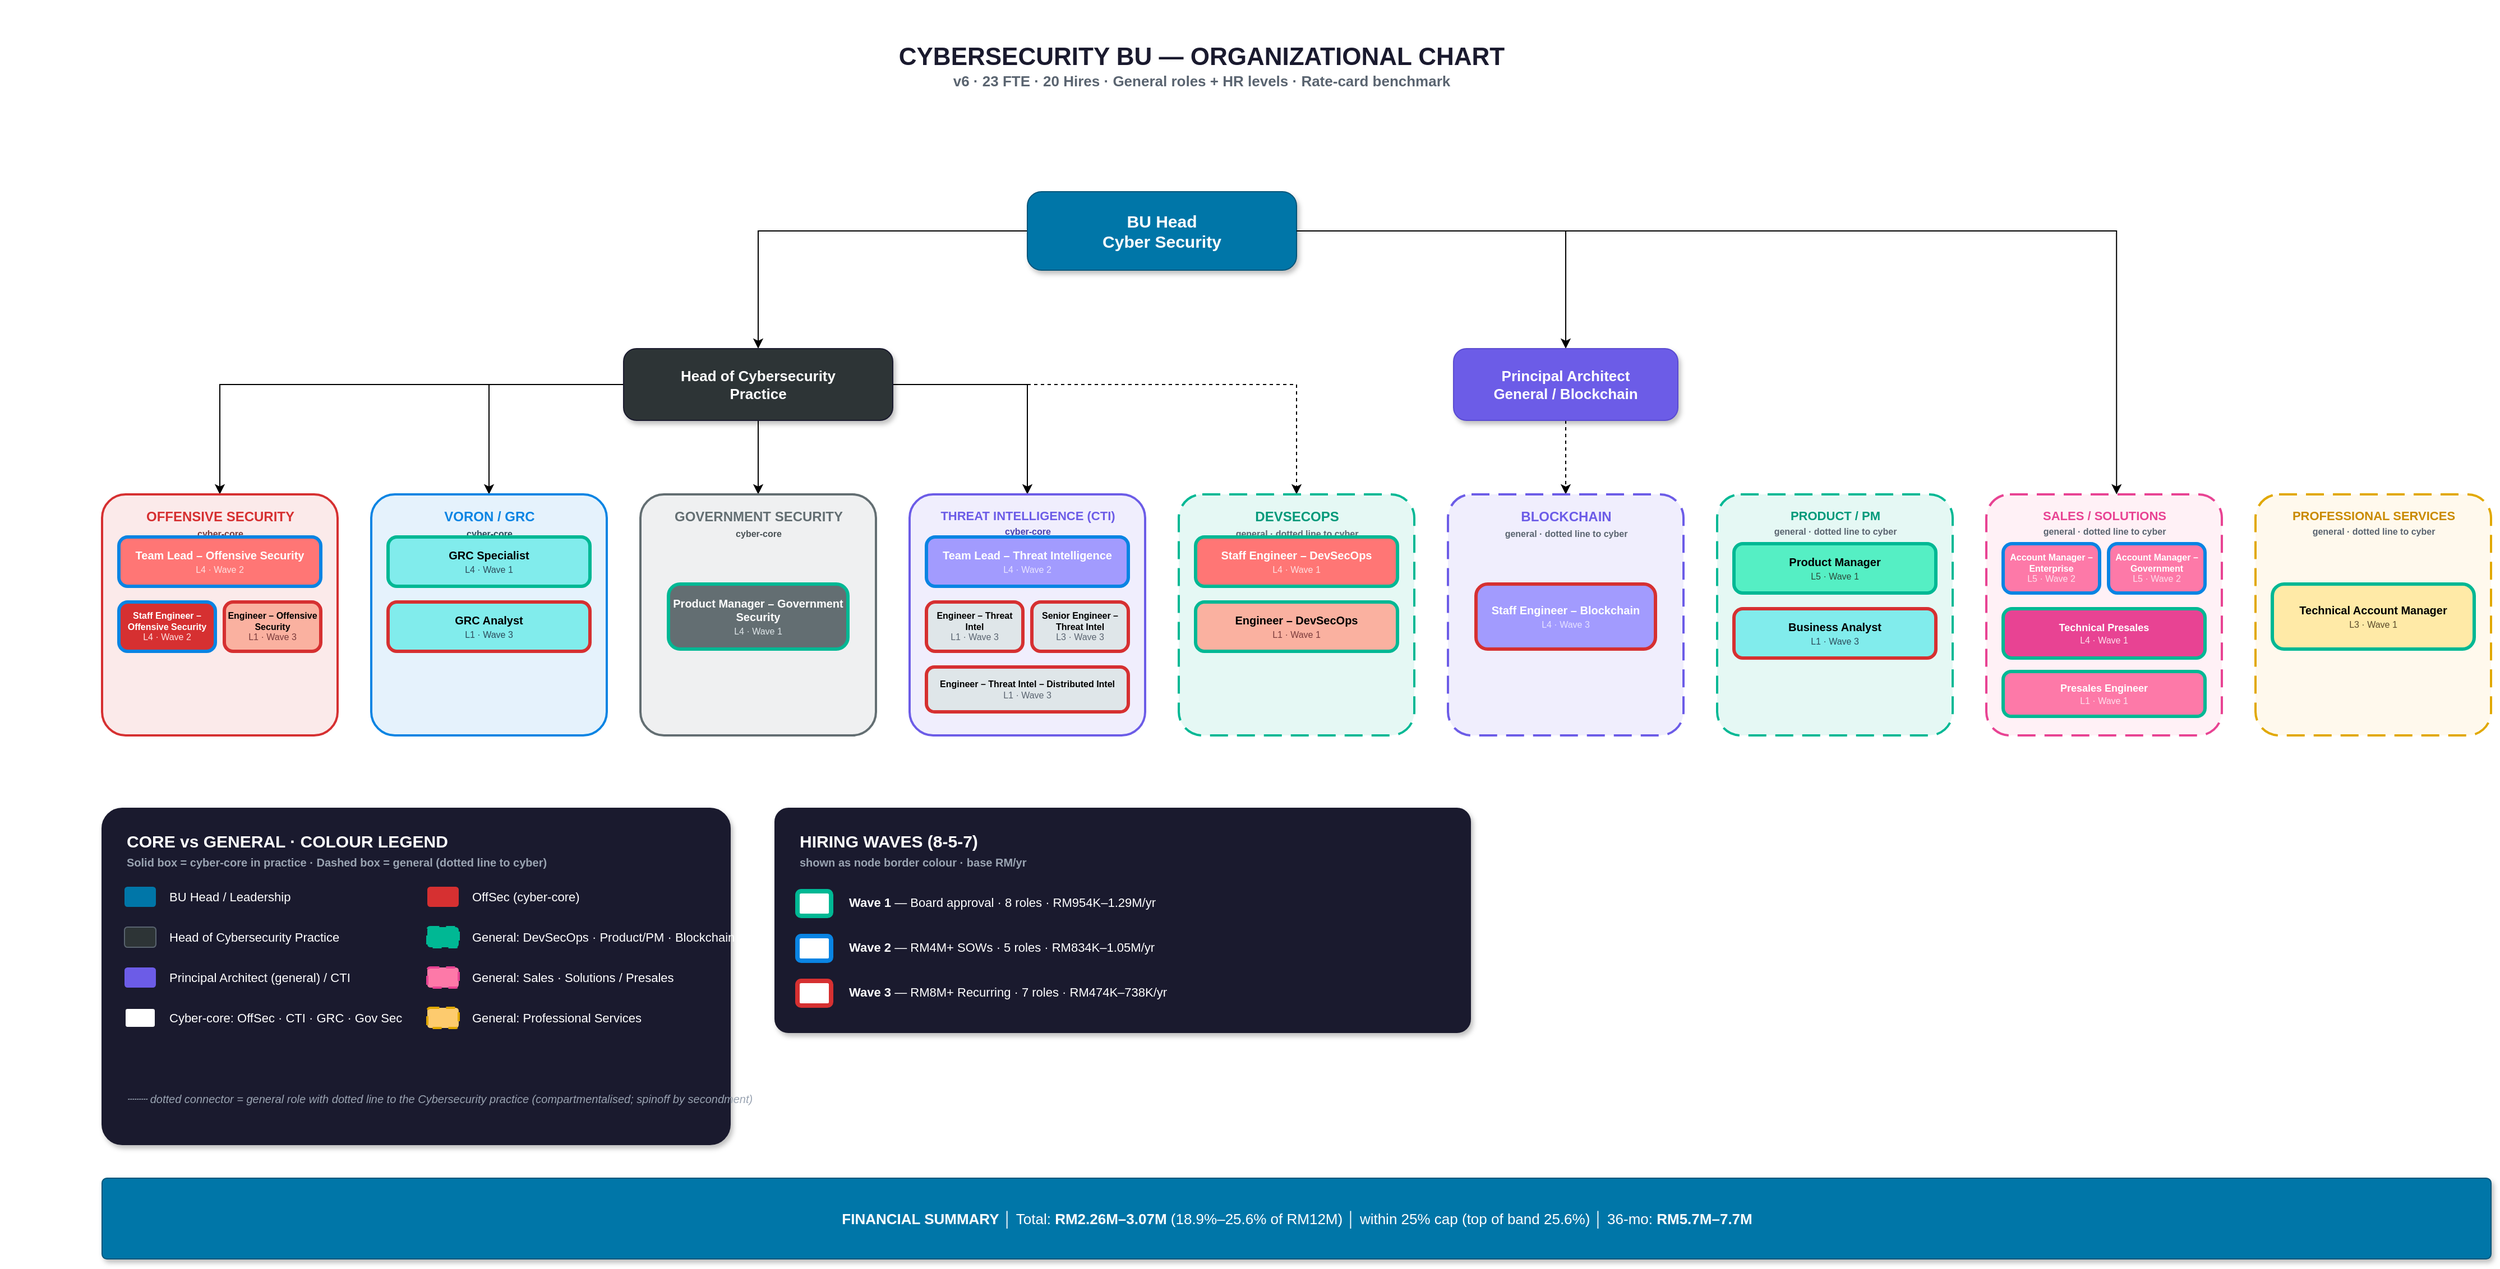
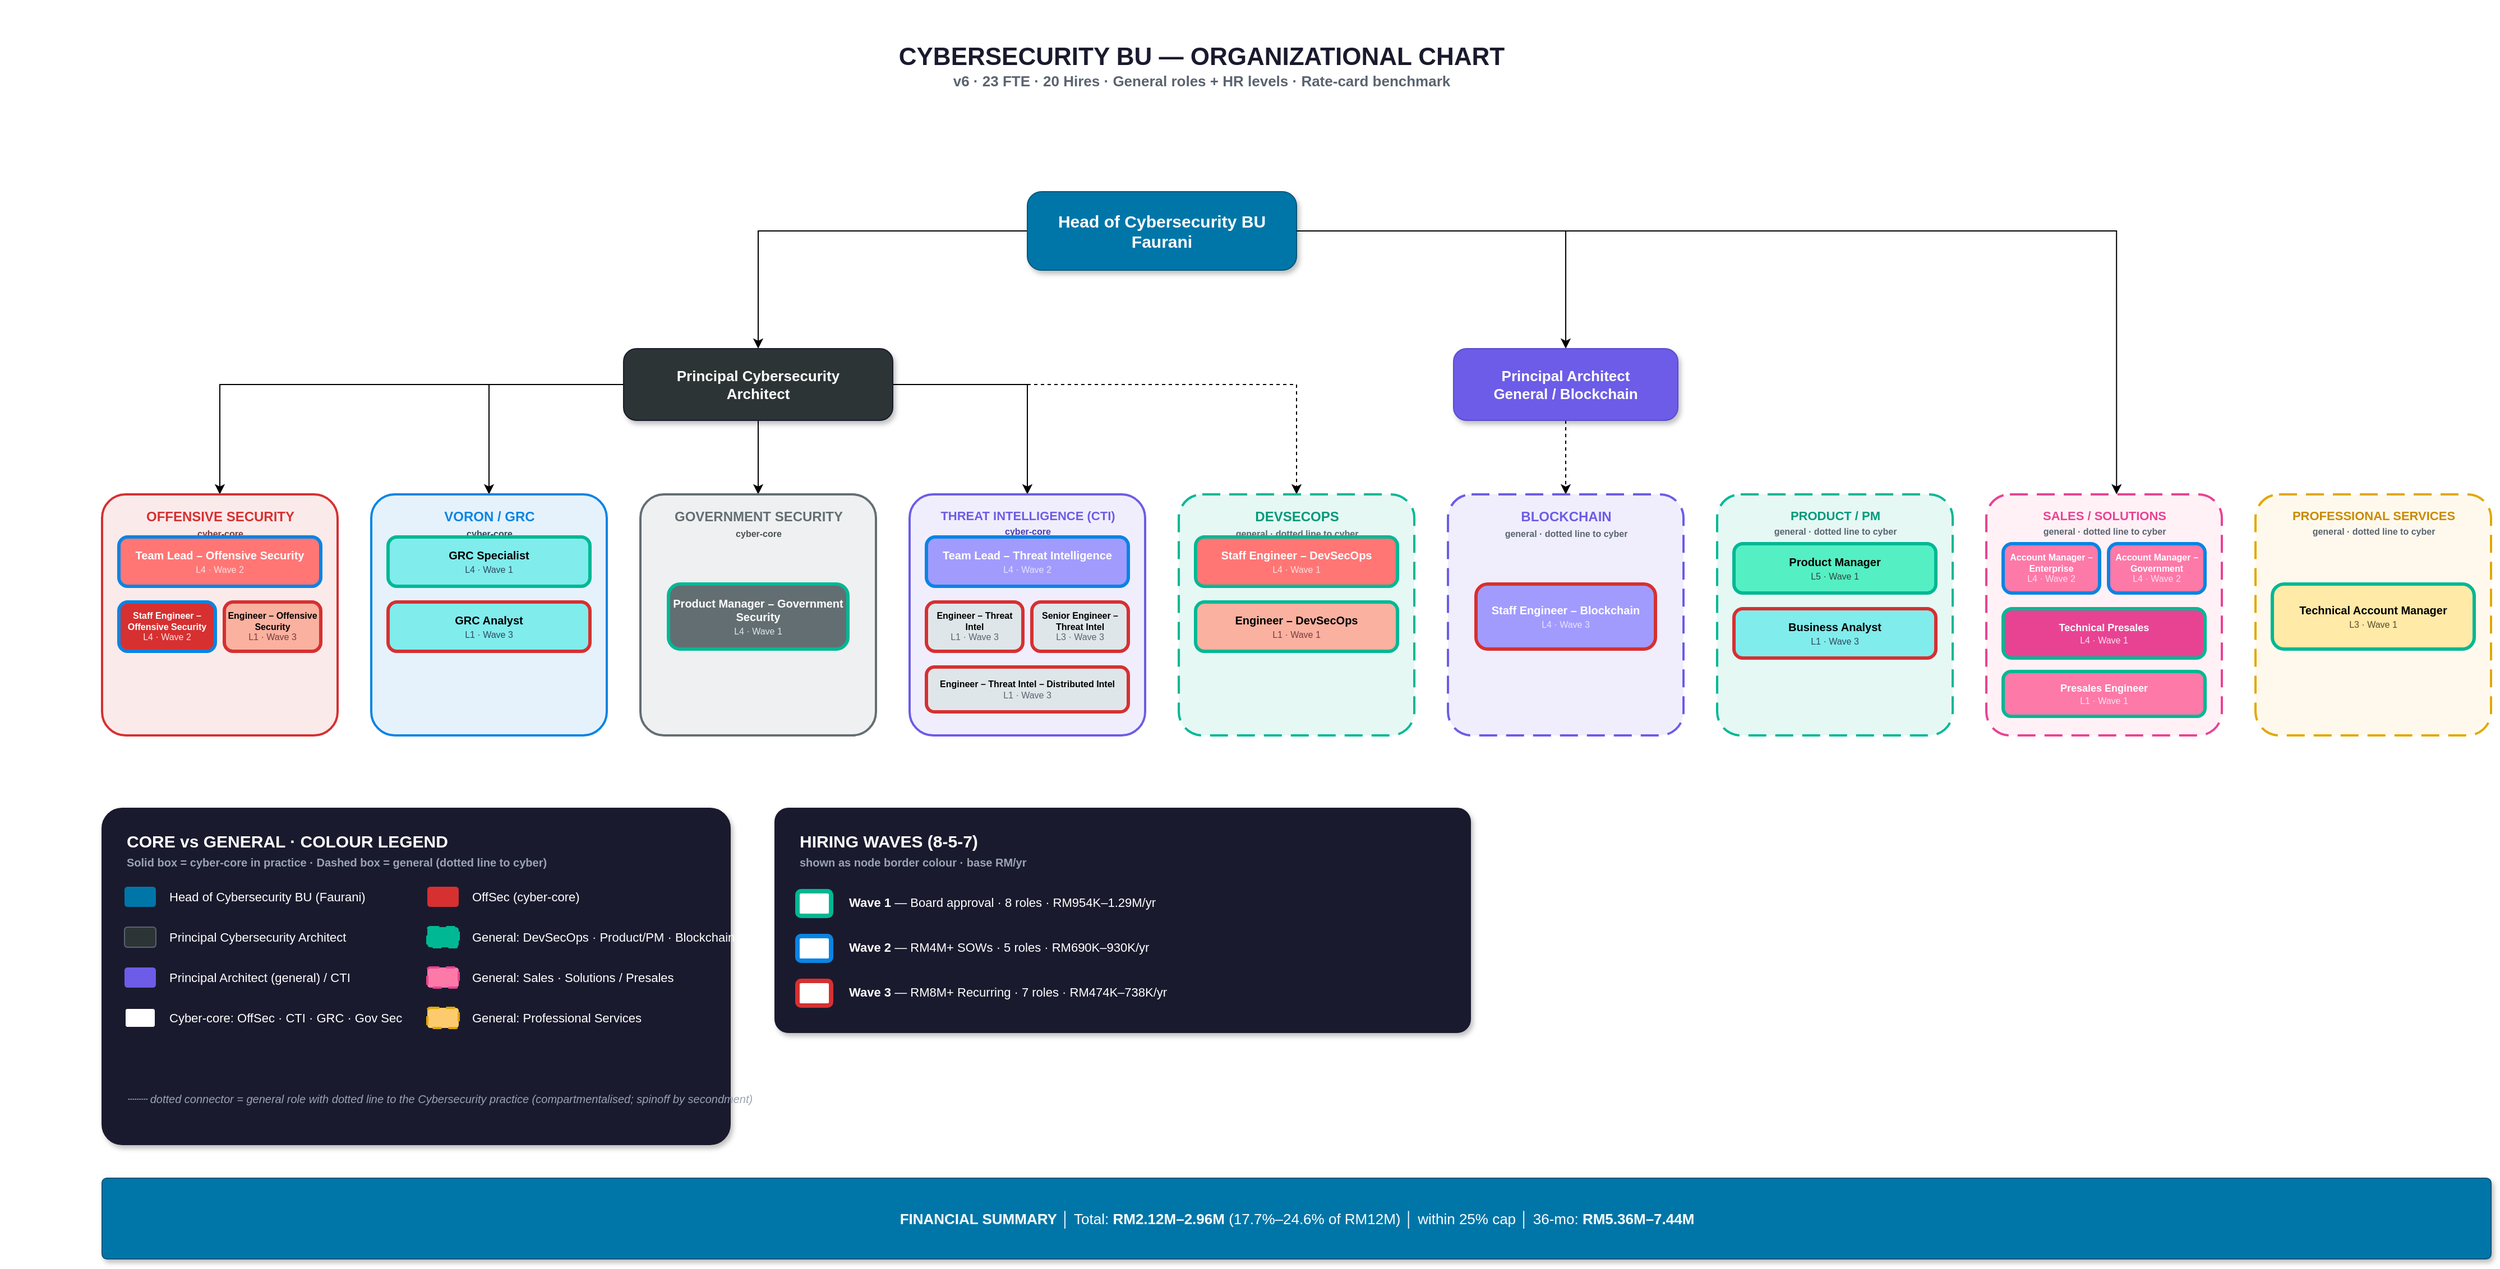
<mxfile host="app.diagrams.net" agent="5.0">
  <diagram id="CySec-BU-OrgChart" name="CySec BU Structure">
    <mxGraphModel dx="99905" dy="56303" grid="1" gridSize="10" guides="1" tooltips="1" connect="1" arrows="1" fold="1" page="1" pageScale="1" pageWidth="2350" pageHeight="1180" math="0" shadow="0">
      <root>
        <mxCell id="0" />
        <mxCell id="1" parent="0" />
        <mxCell id="title" parent="1" style="text;html=1;align=center;verticalAlign=middle;resizable=0;points=[];strokeColor=none;fillColor=none;fontSize=14;fontStyle=1;fontColor=#1a1a2e;" value="&lt;b style=&quot;font-size:22px;&quot;&gt;CYBERSECURITY BU — ORGANIZATIONAL CHART&lt;/b&gt;&lt;br&gt;&lt;font style=&quot;font-size:13px;color:#5a6470;&quot;&gt;v6  ·  23 FTE  ·  20 Hires  ·  General roles + HR levels  ·  Rate-card benchmark&lt;/font&gt;" vertex="1">
          <mxGeometry height="56" width="720" x="700" y="20" as="geometry" />
        </mxCell>
        <mxCell id="Z_cIRzkNHb6JCueCwrIl-6" edge="1" parent="1" source="bu_head" style="edgeStyle=orthogonalEdgeStyle;rounded=0;orthogonalLoop=1;jettySize=auto;html=1;" target="prin_cyber">
          <mxGeometry relative="1" as="geometry" />
        </mxCell>
        <mxCell id="Z_cIRzkNHb6JCueCwrIl-7" edge="1" parent="1" source="bu_head" style="edgeStyle=orthogonalEdgeStyle;rounded=0;orthogonalLoop=1;jettySize=auto;html=1;entryX=0.5;entryY=0;entryDx=0;entryDy=0;" target="prin_blockchain">
          <mxGeometry relative="1" as="geometry" />
        </mxCell>
-         <mxCell id="bu_head" parent="1" style="rounded=1;whiteSpace=wrap;html=1;fillColor=#0076a8;fontColor=#ffffff;strokeColor=#00557a;fontSize=15;fontStyle=1;arcSize=18;shadow=1;" value="&lt;b&gt;BU Head&lt;/b&gt;&lt;br&gt;Cyber Security" vertex="1">
+         <mxCell id="bu_head" parent="1" style="rounded=1;whiteSpace=wrap;html=1;fillColor=#0076a8;fontColor=#ffffff;strokeColor=#00557a;fontSize=15;fontStyle=1;arcSize=18;shadow=1;" value="&lt;b&gt;Head of Cybersecurity BU&lt;/b&gt;&lt;br&gt;Faurani" vertex="1">
          <mxGeometry height="70" width="240" x="905" y="160" as="geometry" />
        </mxCell>
        <mxCell id="Z_cIRzkNHb6JCueCwrIl-3" edge="1" parent="1" source="prin_cyber" style="edgeStyle=orthogonalEdgeStyle;rounded=0;orthogonalLoop=1;jettySize=auto;html=1;exitX=0.5;exitY=1;exitDx=0;exitDy=0;entryX=0.5;entryY=0;entryDx=0;entryDy=0;" target="govsec_box">
          <mxGeometry relative="1" as="geometry" />
        </mxCell>
        <mxCell id="Z_cIRzkNHb6JCueCwrIl-4" edge="1" parent="1" source="prin_cyber" style="edgeStyle=orthogonalEdgeStyle;rounded=0;orthogonalLoop=1;jettySize=auto;html=1;entryX=0.5;entryY=0;entryDx=0;entryDy=0;dashed=1;" target="devsecops_box">
          <mxGeometry relative="1" as="geometry" />
        </mxCell>
        <mxCell id="Z_cIRzkNHb6JCueCwrIl-8" edge="1" parent="1" source="prin_cyber" style="edgeStyle=orthogonalEdgeStyle;rounded=0;orthogonalLoop=1;jettySize=auto;html=1;entryX=0.5;entryY=0;entryDx=0;entryDy=0;" target="cti_box">
          <mxGeometry relative="1" as="geometry" />
        </mxCell>
        <mxCell id="Z_cIRzkNHb6JCueCwrIl-9" edge="1" parent="1" source="prin_cyber" style="edgeStyle=orthogonalEdgeStyle;rounded=0;orthogonalLoop=1;jettySize=auto;html=1;entryX=0.5;entryY=0;entryDx=0;entryDy=0;" target="offsec_box">
          <mxGeometry relative="1" as="geometry" />
        </mxCell>
        <mxCell id="Z_cIRzkNHb6JCueCwrIl-10" edge="1" parent="1" source="prin_cyber" style="edgeStyle=orthogonalEdgeStyle;rounded=0;orthogonalLoop=1;jettySize=auto;html=1;entryX=0.5;entryY=0;entryDx=0;entryDy=0;" target="voron_box">
          <mxGeometry relative="1" as="geometry" />
        </mxCell>
-         <mxCell id="prin_cyber" parent="1" style="rounded=1;whiteSpace=wrap;html=1;fillColor=#2d3436;fontColor=#ffffff;strokeColor=#1a1a2e;fontSize=13;fontStyle=1;arcSize=18;shadow=1;" value="&lt;b&gt;Head of Cybersecurity&lt;/b&gt;&lt;br&gt;Practice" vertex="1">
+         <mxCell id="prin_cyber" parent="1" style="rounded=1;whiteSpace=wrap;html=1;fillColor=#2d3436;fontColor=#ffffff;strokeColor=#1a1a2e;fontSize=13;fontStyle=1;arcSize=18;shadow=1;" value="&lt;b&gt;Principal Cybersecurity&lt;/b&gt;&lt;br&gt;Architect" vertex="1">
          <mxGeometry height="64" width="240" x="545" y="300" as="geometry" />
        </mxCell>
        <mxCell id="Z_cIRzkNHb6JCueCwrIl-11" edge="1" parent="1" source="prin_blockchain" style="edgeStyle=orthogonalEdgeStyle;rounded=0;orthogonalLoop=1;jettySize=auto;html=1;entryX=0.5;entryY=0;entryDx=0;entryDy=0;dashed=1;" target="blockchain_box">
          <mxGeometry relative="1" as="geometry" />
        </mxCell>
        <mxCell id="prin_blockchain" parent="1" style="rounded=1;whiteSpace=wrap;html=1;fillColor=#6c5ce7;fontColor=#ffffff;strokeColor=#5a4bd1;fontSize=13;fontStyle=1;arcSize=18;shadow=1;" value="&lt;b&gt;Principal Architect&lt;/b&gt;&lt;br&gt;General / Blockchain" vertex="1">
          <mxGeometry height="64" width="200" x="1285" y="300" as="geometry" />
        </mxCell>
        <mxCell id="line_bu_prin1" edge="1" parent="1" source="bu_head" style="edgeStyle=orthogonalEdgeStyle;rounded=1;html=1;exitX=0.5;exitY=1;entryX=0.5;entryY=0;strokeColor=#0076a8;strokeWidth=2.5;endArrow=block;endFill=1;endSize=8;" target="prin_cyber" />
        <mxCell id="line_bu_prin2" edge="1" parent="1" source="bu_head" style="edgeStyle=orthogonalEdgeStyle;rounded=1;html=1;exitX=0.5;exitY=1;entryX=0.5;entryY=0;strokeColor=#0076a8;strokeWidth=2.5;endArrow=block;endFill=1;endSize=8;" target="prin_blockchain" />
        <mxCell id="offsec_box" parent="1" style="rounded=1;whiteSpace=wrap;html=1;fillColor=#d63031;fillOpacity=10;strokeColor=#d63031;strokeWidth=2;arcSize=10;" value="" vertex="1">
          <mxGeometry height="215" width="210" x="80" y="430" as="geometry" />
        </mxCell>
        <mxCell id="offsec_label" parent="1" style="text;html=1;align=center;verticalAlign=top;resizable=0;points=[];strokeColor=none;fillColor=none;fontSize=12;fontStyle=1;fontColor=#d63031;" value="&lt;b&gt;OFFENSIVE SECURITY&lt;/b&gt;&lt;br&gt;&lt;font style=&quot;font-size:8px;color:#7a3b3b;&quot;&gt;cyber-core&lt;/font&gt;" vertex="1">
          <mxGeometry height="28" width="190" x="90" y="436" as="geometry" />
        </mxCell>
        <mxCell id="lead_researcher" parent="1" style="rounded=1;whiteSpace=wrap;html=1;fillColor=#ff7675;fontColor=#ffffff;strokeColor=#0984e3;strokeWidth=3;fontSize=10;arcSize=18;" value="&lt;b&gt;Team Lead – Offensive Security&lt;/b&gt;&lt;br&gt;&lt;font style=&quot;font-size:8px;color:#fde0e0;&quot;&gt;L4 · Wave 2&lt;/font&gt;" vertex="1">
          <mxGeometry height="44" width="180" x="95" y="468" as="geometry" />
        </mxCell>
        <mxCell id="red_team" parent="1" style="rounded=1;whiteSpace=wrap;html=1;fillColor=#d63031;fontColor=#ffffff;strokeColor=#0984e3;strokeWidth=3;fontSize=8;arcSize=18;" value="&lt;b&gt;Staff Engineer – Offensive Security&lt;/b&gt;&lt;br&gt;&lt;font style=&quot;font-size:8px;color:#fde0e0;&quot;&gt;L4 · Wave 2&lt;/font&gt;" vertex="1">
          <mxGeometry height="44" width="86" x="95" y="526" as="geometry" />
        </mxCell>
        <mxCell id="jr_researcher" parent="1" style="rounded=1;whiteSpace=wrap;html=1;fillColor=#fab1a0;fontColor=#000000;strokeColor=#d63031;strokeWidth=3;fontSize=8;arcSize=18;" value="&lt;b&gt;Engineer – Offensive Security&lt;/b&gt;&lt;br&gt;&lt;font style=&quot;font-size:8px;color:#7a3b3b;&quot;&gt;L1 · Wave 3&lt;/font&gt;" vertex="1">
          <mxGeometry height="44" width="86" x="189" y="526" as="geometry" />
        </mxCell>
        <mxCell id="line_lr_rt" edge="1" parent="1" source="lead_researcher" style="edgeStyle=orthogonalEdgeStyle;rounded=1;html=1;exitX=0.5;exitY=1;entryX=0.5;entryY=0;strokeColor=#d63031;strokeWidth=1.5;endArrow=none;" target="red_team" />
        <mxCell id="line_lr_jr" edge="1" parent="1" source="lead_researcher" style="edgeStyle=orthogonalEdgeStyle;rounded=1;html=1;exitX=0.5;exitY=1;entryX=0.5;entryY=0;strokeColor=#d63031;strokeWidth=1.5;endArrow=none;" target="jr_researcher" />
        <mxCell id="voron_box" parent="1" style="rounded=1;whiteSpace=wrap;html=1;fillColor=#0984e3;fillOpacity=10;strokeColor=#0984e3;strokeWidth=2;arcSize=10;" value="" vertex="1">
          <mxGeometry height="215" width="210" x="320" y="430" as="geometry" />
        </mxCell>
        <mxCell id="voron_label" parent="1" style="text;html=1;align=center;verticalAlign=top;resizable=0;points=[];strokeColor=none;fillColor=none;fontSize=12;fontStyle=1;fontColor=#0984e3;" value="&lt;b&gt;VORON / GRC&lt;/b&gt;&lt;br&gt;&lt;font style=&quot;font-size:8px;color:#2c4a5a;&quot;&gt;cyber-core&lt;/font&gt;" vertex="1">
          <mxGeometry height="28" width="190" x="330" y="436" as="geometry" />
        </mxCell>
        <mxCell id="sr_consult" parent="1" style="rounded=1;whiteSpace=wrap;html=1;fillColor=#81ecec;fontColor=#000000;strokeColor=#00b894;strokeWidth=3;fontSize=10;arcSize=18;" value="&lt;b&gt;GRC Specialist&lt;/b&gt;&lt;br&gt;&lt;font style=&quot;font-size:8px;color:#2c4a5a;&quot;&gt;L4 · Wave 1&lt;/font&gt;" vertex="1">
          <mxGeometry height="44" width="180" x="335" y="468" as="geometry" />
        </mxCell>
        <mxCell id="jr_consult" parent="1" style="rounded=1;whiteSpace=wrap;html=1;fillColor=#81ecec;fontColor=#000000;strokeColor=#d63031;strokeWidth=3;fontSize=10;arcSize=18;" value="&lt;b&gt;GRC Analyst&lt;/b&gt;&lt;br&gt;&lt;font style=&quot;font-size:8px;color:#2c4a5a;&quot;&gt;L1 · Wave 3&lt;/font&gt;" vertex="1">
          <mxGeometry height="44" width="180" x="335" y="526" as="geometry" />
        </mxCell>
        <mxCell id="line_src_jrc" edge="1" parent="1" source="sr_consult" style="edgeStyle=orthogonalEdgeStyle;rounded=1;html=1;exitX=0.5;exitY=1;entryX=0.5;entryY=0;strokeColor=#0984e3;strokeWidth=1.5;endArrow=none;" target="jr_consult" />
        <mxCell id="govsec_box" parent="1" style="rounded=1;whiteSpace=wrap;html=1;fillColor=#636e72;fillOpacity=10;strokeColor=#636e72;strokeWidth=2;arcSize=10;" value="" vertex="1">
          <mxGeometry height="215" width="210" x="560" y="430" as="geometry" />
        </mxCell>
        <mxCell id="govsec_label" parent="1" style="text;html=1;align=center;verticalAlign=top;resizable=0;points=[];strokeColor=none;fillColor=none;fontSize=12;fontStyle=1;fontColor=#636e72;" value="&lt;b&gt;GOVERNMENT SECURITY&lt;/b&gt;&lt;br&gt;&lt;font style=&quot;font-size:8px;color:#4a5256;&quot;&gt;cyber-core&lt;/font&gt;" vertex="1">
          <mxGeometry height="28" width="190" x="570" y="436" as="geometry" />
        </mxCell>
        <mxCell id="govsec_pm" parent="1" style="rounded=1;whiteSpace=wrap;html=1;fillColor=#636e72;fontColor=#ffffff;strokeColor=#00b894;strokeWidth=3;fontSize=10;arcSize=18;" value="&lt;b&gt;Product Manager – Government Security&lt;/b&gt;&lt;br&gt;&lt;font style=&quot;font-size:8px;color:#dfe6e9;&quot;&gt;L4 · Wave 1&lt;/font&gt;" vertex="1">
          <mxGeometry height="58" width="160" x="585" y="510" as="geometry" />
        </mxCell>
        <mxCell id="cti_box" parent="1" style="rounded=1;whiteSpace=wrap;html=1;fillColor=#6c5ce7;fillOpacity=10;strokeColor=#6c5ce7;strokeWidth=2;arcSize=10;" value="" vertex="1">
          <mxGeometry height="215" width="210" x="800" y="430" as="geometry" />
        </mxCell>
        <mxCell id="cti_label" parent="1" style="text;html=1;align=center;verticalAlign=top;resizable=0;points=[];strokeColor=none;fillColor=none;fontSize=11;fontStyle=1;fontColor=#6c5ce7;" value="&lt;b&gt;THREAT INTELLIGENCE (CTI)&lt;/b&gt;&lt;br&gt;&lt;font style=&quot;font-size:8px;color:#4a3fb0;&quot;&gt;cyber-core&lt;/font&gt;" vertex="1">
          <mxGeometry height="28" width="200" x="805" y="436" as="geometry" />
        </mxCell>
        <mxCell id="cti_lead" parent="1" style="rounded=1;whiteSpace=wrap;html=1;fillColor=#a29bfe;fontColor=#ffffff;strokeColor=#0984e3;strokeWidth=3;fontSize=10;arcSize=18;" value="&lt;b&gt;Team Lead – Threat Intelligence&lt;/b&gt;&lt;br&gt;&lt;font style=&quot;font-size:8px;color:#e8e4ff;&quot;&gt;L4 · Wave 2&lt;/font&gt;" vertex="1">
          <mxGeometry height="44" width="180" x="815" y="468" as="geometry" />
        </mxCell>
        <mxCell id="cti_analyst" parent="1" style="rounded=1;whiteSpace=wrap;html=1;fillColor=#dfe6e9;fontColor=#000000;strokeColor=#d63031;strokeWidth=3;fontSize=8;arcSize=18;" value="&lt;b&gt;Engineer – Threat Intel&lt;/b&gt;&lt;br&gt;&lt;font style=&quot;font-size:8px;color:#5a6470;&quot;&gt;L1 · Wave 3&lt;/font&gt;" vertex="1">
          <mxGeometry height="44" width="86" x="815" y="526" as="geometry" />
        </mxCell>
        <mxCell id="cti_research" parent="1" style="rounded=1;whiteSpace=wrap;html=1;fillColor=#dfe6e9;fontColor=#000000;strokeColor=#d63031;strokeWidth=3;fontSize=8;arcSize=18;" value="&lt;b&gt;Senior Engineer – Threat Intel&lt;/b&gt;&lt;br&gt;&lt;font style=&quot;font-size:8px;color:#5a6470;&quot;&gt;L3 · Wave 3&lt;/font&gt;" vertex="1">
          <mxGeometry height="44" width="86" x="909" y="526" as="geometry" />
        </mxCell>
        <mxCell id="cti_dist_intel" parent="1" style="rounded=1;whiteSpace=wrap;html=1;fillColor=#dfe6e9;fontColor=#000000;strokeColor=#d63031;strokeWidth=3;fontSize=8;arcSize=18;" value="&lt;b&gt;Engineer – Threat Intel – Distributed Intel&lt;/b&gt;&lt;br&gt;&lt;font style=&quot;font-size:8px;color:#5a6470;&quot;&gt;L1 · Wave 3&lt;/font&gt;" vertex="1">
          <mxGeometry height="40" width="180" x="815" y="584" as="geometry" />
        </mxCell>
        <mxCell id="line_ctil_an" edge="1" parent="1" source="cti_lead" style="edgeStyle=orthogonalEdgeStyle;rounded=1;html=1;exitX=0.5;exitY=1;entryX=0.5;entryY=0;strokeColor=#6c5ce7;strokeWidth=1.5;endArrow=none;" target="cti_analyst" />
        <mxCell id="line_ctil_re" edge="1" parent="1" source="cti_lead" style="edgeStyle=orthogonalEdgeStyle;rounded=1;html=1;exitX=0.5;exitY=1;entryX=0.5;entryY=0;strokeColor=#6c5ce7;strokeWidth=1.5;endArrow=none;" target="cti_research" />
        <mxCell id="line_ctil_di" edge="1" parent="1" source="cti_lead" style="edgeStyle=orthogonalEdgeStyle;rounded=1;html=1;exitX=0.5;exitY=1;entryX=0.25;entryY=0;strokeColor=#6c5ce7;strokeWidth=1.5;endArrow=none;" target="cti_dist_intel" />
        <mxCell id="devsecops_box" parent="1" style="rounded=1;whiteSpace=wrap;html=1;fillColor=#00b894;fillOpacity=10;strokeColor=#00b894;strokeWidth=2;arcSize=10;dashed=1;dashPattern=8 4;" value="" vertex="1">
          <mxGeometry height="215" width="210" x="1040" y="430" as="geometry" />
        </mxCell>
        <mxCell id="devsecops_label" parent="1" style="text;html=1;align=center;verticalAlign=top;resizable=0;points=[];strokeColor=none;fillColor=none;fontSize=12;fontStyle=1;fontColor=#00997a;" value="&lt;b&gt;DEVSECOPS&lt;/b&gt;&lt;br&gt;&lt;font style=&quot;font-size:8px;color:#5a6470;&quot;&gt;general · dotted line to cyber&lt;/font&gt;" vertex="1">
          <mxGeometry height="28" width="190" x="1050" y="436" as="geometry" />
        </mxCell>
        <mxCell id="devsecops_sr" parent="1" style="rounded=1;whiteSpace=wrap;html=1;fillColor=#ff7675;fontColor=#ffffff;strokeColor=#00b894;strokeWidth=3;fontSize=10;arcSize=18;" value="&lt;b&gt;Staff Engineer – DevSecOps&lt;/b&gt;&lt;br&gt;&lt;font style=&quot;font-size:8px;color:#fde0e0;&quot;&gt;L4 · Wave 1&lt;/font&gt;" vertex="1">
          <mxGeometry height="44" width="180" x="1055" y="468" as="geometry" />
        </mxCell>
        <mxCell id="devsecops_jr" parent="1" style="rounded=1;whiteSpace=wrap;html=1;fillColor=#fab1a0;fontColor=#000000;strokeColor=#00b894;strokeWidth=3;fontSize=10;arcSize=18;" value="&lt;b&gt;Engineer – DevSecOps&lt;/b&gt;&lt;br&gt;&lt;font style=&quot;font-size:8px;color:#7a3b3b;&quot;&gt;L1 · Wave 1&lt;/font&gt;" vertex="1">
          <mxGeometry height="44" width="180" x="1055" y="526" as="geometry" />
        </mxCell>
        <mxCell id="line_dso_sr_jr" edge="1" parent="1" source="devsecops_sr" style="edgeStyle=orthogonalEdgeStyle;rounded=1;html=1;exitX=0.5;exitY=1;entryX=0.5;entryY=0;strokeColor=#00b894;strokeWidth=1.5;endArrow=none;" target="devsecops_jr" />
        <mxCell id="blockchain_box" parent="1" style="rounded=1;whiteSpace=wrap;html=1;fillColor=#6c5ce7;fillOpacity=10;strokeColor=#6c5ce7;strokeWidth=2;arcSize=10;dashed=1;dashPattern=8 4;" value="" vertex="1">
          <mxGeometry height="215" width="210" x="1280" y="430" as="geometry" />
        </mxCell>
        <mxCell id="blockchain_label" parent="1" style="text;html=1;align=center;verticalAlign=top;resizable=0;points=[];strokeColor=none;fillColor=none;fontSize=12;fontStyle=1;fontColor=#6c5ce7;" value="&lt;b&gt;BLOCKCHAIN&lt;/b&gt;&lt;br&gt;&lt;font style=&quot;font-size:8px;color:#5a6470;&quot;&gt;general · dotted line to cyber&lt;/font&gt;" vertex="1">
          <mxGeometry height="28" width="190" x="1290" y="436" as="geometry" />
        </mxCell>
        <mxCell id="sr_dev" parent="1" style="rounded=1;whiteSpace=wrap;html=1;fillColor=#a29bfe;fontColor=#ffffff;strokeColor=#d63031;strokeWidth=3;fontSize=10;arcSize=18;" value="&lt;b&gt;Staff Engineer – Blockchain&lt;/b&gt;&lt;br&gt;&lt;font style=&quot;font-size:8px;color:#e8e4ff;&quot;&gt;L4 · Wave 3&lt;/font&gt;" vertex="1">
          <mxGeometry height="58" width="160" x="1305" y="510" as="geometry" />
        </mxCell>
        <mxCell id="pm_team_box" parent="1" style="rounded=1;whiteSpace=wrap;html=1;fillColor=#00b894;fillOpacity=10;strokeColor=#00b894;strokeWidth=2;arcSize=10;dashed=1;dashPattern=8 4;" value="" vertex="1">
          <mxGeometry height="215" width="210" x="1520" y="430" as="geometry" />
        </mxCell>
        <mxCell id="pm_team_label" parent="1" style="text;html=1;align=center;verticalAlign=top;resizable=0;points=[];strokeColor=none;fillColor=none;fontSize=11;fontStyle=1;fontColor=#00997a;" value="&lt;b&gt;PRODUCT / PM&lt;/b&gt;&lt;br&gt;&lt;font style=&quot;font-size:8px;color:#5a6470;&quot;&gt;general · dotted line to cyber&lt;/font&gt;" vertex="1">
          <mxGeometry height="28" width="200" x="1525" y="436" as="geometry" />
        </mxCell>
        <mxCell id="product_manager" parent="1" style="rounded=1;whiteSpace=wrap;html=1;fillColor=#55efc4;fontColor=#000000;strokeColor=#00b894;strokeWidth=3;fontSize=10;arcSize=18;" value="&lt;b&gt;Product Manager&lt;/b&gt;&lt;br&gt;&lt;font style=&quot;font-size:8px;color:#2c4a3a;&quot;&gt;L5 · Wave 1&lt;/font&gt;" vertex="1">
          <mxGeometry height="44" width="180" x="1535" y="474" as="geometry" />
        </mxCell>
        <mxCell id="ba" parent="1" style="rounded=1;whiteSpace=wrap;html=1;fillColor=#81ecec;fontColor=#000000;strokeColor=#d63031;strokeWidth=3;fontSize=10;arcSize=18;" value="&lt;b&gt;Business Analyst&lt;/b&gt;&lt;br&gt;&lt;font style=&quot;font-size:8px;color:#2c4a5a;&quot;&gt;L1 · Wave 3&lt;/font&gt;" vertex="1">
          <mxGeometry height="44" width="180" x="1535" y="532" as="geometry" />
        </mxCell>
        <mxCell id="line_pm_ba" edge="1" parent="1" source="product_manager" style="edgeStyle=orthogonalEdgeStyle;rounded=1;html=1;exitX=0.5;exitY=1;entryX=0.5;entryY=0;strokeColor=#00b894;strokeWidth=1.5;endArrow=none;" target="ba" />
        <mxCell id="sales_box" parent="1" style="rounded=1;whiteSpace=wrap;html=1;fillColor=#fd79a8;fillOpacity=10;strokeColor=#e84393;strokeWidth=2;arcSize=10;dashed=1;dashPattern=8 4;" value="" vertex="1">
          <mxGeometry height="215" width="210" x="1760" y="430" as="geometry" />
        </mxCell>
        <mxCell id="sales_label" parent="1" style="text;html=1;align=center;verticalAlign=top;resizable=0;points=[];strokeColor=none;fillColor=none;fontSize=11;fontStyle=1;fontColor=#e84393;" value="&lt;b&gt;SALES / SOLUTIONS&lt;/b&gt;&lt;br&gt;&lt;font style=&quot;font-size:8px;color:#5a6470;&quot;&gt;general · dotted line to cyber&lt;/font&gt;" vertex="1">
          <mxGeometry height="28" width="200" x="1765" y="436" as="geometry" />
        </mxCell>
-         <mxCell id="sales_spec1" parent="1" style="rounded=1;whiteSpace=wrap;html=1;fillColor=#fd79a8;fontColor=#ffffff;strokeColor=#0984e3;strokeWidth=3;fontSize=8;arcSize=18;" value="&lt;b&gt;Account Manager – Enterprise&lt;/b&gt;&lt;br&gt;&lt;font style=&quot;font-size:8px;color:#fde0ec;&quot;&gt;L5 · Wave 2&lt;/font&gt;" vertex="1">
+         <mxCell id="sales_spec1" parent="1" style="rounded=1;whiteSpace=wrap;html=1;fillColor=#fd79a8;fontColor=#ffffff;strokeColor=#0984e3;strokeWidth=3;fontSize=8;arcSize=18;" value="&lt;b&gt;Account Manager – Enterprise&lt;/b&gt;&lt;br&gt;&lt;font style=&quot;font-size:8px;color:#fde0ec;&quot;&gt;L4 · Wave 2&lt;/font&gt;" vertex="1">
          <mxGeometry height="44" width="86" x="1775" y="474" as="geometry" />
        </mxCell>
-         <mxCell id="sales_spec2" parent="1" style="rounded=1;whiteSpace=wrap;html=1;fillColor=#fd79a8;fontColor=#ffffff;strokeColor=#0984e3;strokeWidth=3;fontSize=8;arcSize=18;" value="&lt;b&gt;Account Manager – Government&lt;/b&gt;&lt;br&gt;&lt;font style=&quot;font-size:8px;color:#fde0ec;&quot;&gt;L5 · Wave 2&lt;/font&gt;" vertex="1">
+         <mxCell id="sales_spec2" parent="1" style="rounded=1;whiteSpace=wrap;html=1;fillColor=#fd79a8;fontColor=#ffffff;strokeColor=#0984e3;strokeWidth=3;fontSize=8;arcSize=18;" value="&lt;b&gt;Account Manager – Government&lt;/b&gt;&lt;br&gt;&lt;font style=&quot;font-size:8px;color:#fde0ec;&quot;&gt;L4 · Wave 2&lt;/font&gt;" vertex="1">
          <mxGeometry height="44" width="86" x="1869" y="474" as="geometry" />
        </mxCell>
        <mxCell id="presales_consult" parent="1" style="rounded=1;whiteSpace=wrap;html=1;fillColor=#e84393;fontColor=#ffffff;strokeColor=#00b894;strokeWidth=3;fontSize=9;arcSize=18;" value="&lt;b&gt;Technical Presales&lt;/b&gt;&lt;br&gt;&lt;font style=&quot;font-size:8px;color:#fde0ec;&quot;&gt;L4 · Wave 1&lt;/font&gt;" vertex="1">
          <mxGeometry height="44" width="180" x="1775" y="532" as="geometry" />
        </mxCell>
        <mxCell id="jr_presales" parent="1" style="rounded=1;whiteSpace=wrap;html=1;fillColor=#fd79a8;fontColor=#ffffff;strokeColor=#00b894;strokeWidth=3;fontSize=9;arcSize=18;" value="&lt;b&gt;Presales Engineer&lt;/b&gt;&lt;br&gt;&lt;font style=&quot;font-size:8px;color:#fde0ec;&quot;&gt;L1 · Wave 1&lt;/font&gt;" vertex="1">
          <mxGeometry height="40" width="180" x="1775" y="588" as="geometry" />
        </mxCell>
        <mxCell id="line_pc_jrpresales" edge="1" parent="1" source="presales_consult" style="edgeStyle=orthogonalEdgeStyle;rounded=1;html=1;exitX=0.5;exitY=1;entryX=0.5;entryY=0;strokeColor=#e84393;strokeWidth=1.5;endArrow=none;" target="jr_presales" />
        <mxCell id="ps_team_box" parent="1" style="rounded=1;whiteSpace=wrap;html=1;fillColor=#fdcb6e;fillOpacity=12;strokeColor=#e1a800;strokeWidth=2;arcSize=10;dashed=1;dashPattern=8 4;" value="" vertex="1">
          <mxGeometry height="215" width="210" x="2000" y="430" as="geometry" />
        </mxCell>
        <mxCell id="ps_team_label" parent="1" style="text;html=1;align=center;verticalAlign=top;resizable=0;points=[];strokeColor=none;fillColor=none;fontSize=11;fontStyle=1;fontColor=#c98a00;" value="&lt;b&gt;PROFESSIONAL SERVICES&lt;/b&gt;&lt;br&gt;&lt;font style=&quot;font-size:8px;color:#5a6470;&quot;&gt;general · dotted line to cyber&lt;/font&gt;" vertex="1">
          <mxGeometry height="28" width="200" x="2005" y="436" as="geometry" />
        </mxCell>
        <mxCell id="sr_ps" parent="1" style="rounded=1;whiteSpace=wrap;html=1;fillColor=#ffeaa7;fontColor=#000000;strokeColor=#00b894;strokeWidth=3;fontSize=10;arcSize=18;" value="&lt;b&gt;Technical Account Manager&lt;/b&gt;&lt;br&gt;&lt;font style=&quot;font-size:8px;color:#5a4a2a;&quot;&gt;L3 · Wave 1&lt;/font&gt;" vertex="1">
          <mxGeometry height="58" width="180" x="2015" y="510" as="geometry" />
        </mxCell>
        <mxCell id="line_pc_offsec" edge="1" parent="1" source="prin_cyber" style="edgeStyle=orthogonalEdgeStyle;rounded=1;html=1;exitX=0.5;exitY=1;entryX=0.5;entryY=0;strokeColor=#2d3436;strokeWidth=2;endArrow=block;endFill=1;endSize=7;" target="offsec_box" />
        <mxCell id="line_pc_voron" edge="1" parent="1" source="prin_cyber" style="edgeStyle=orthogonalEdgeStyle;rounded=1;html=1;exitX=0.5;exitY=1;entryX=0.5;entryY=0;strokeColor=#2d3436;strokeWidth=2;endArrow=block;endFill=1;endSize=7;" target="voron_box" />
        <mxCell id="line_pc_govsec" edge="1" parent="1" source="prin_cyber" style="edgeStyle=orthogonalEdgeStyle;rounded=1;html=1;exitX=0.5;exitY=1;entryX=0.5;entryY=0;strokeColor=#2d3436;strokeWidth=2;endArrow=block;endFill=1;endSize=7;" target="govsec_box" />
        <mxCell id="line_pc_cti" edge="1" parent="1" source="prin_cyber" style="edgeStyle=orthogonalEdgeStyle;rounded=1;html=1;exitX=0.5;exitY=1;entryX=0.5;entryY=0;strokeColor=#2d3436;strokeWidth=2;endArrow=block;endFill=1;endSize=7;" target="cti_box" />
        <mxCell id="line_pc_devsecops" edge="1" parent="1" source="prin_cyber" style="edgeStyle=orthogonalEdgeStyle;rounded=1;html=1;exitX=0.5;exitY=1;entryX=0.5;entryY=0;strokeColor=#00997a;strokeWidth=2;dashed=1;dashPattern=6 4;endArrow=open;endSize=8;" target="devsecops_box" />
        <mxCell id="line_pb_bc" edge="1" parent="1" source="prin_blockchain" style="edgeStyle=orthogonalEdgeStyle;rounded=1;html=1;exitX=0.5;exitY=1;entryX=0.5;entryY=0;strokeColor=#6c5ce7;strokeWidth=2;dashed=1;dashPattern=6 4;endArrow=open;endSize=8;" target="blockchain_box" />
        <mxCell id="line_bu_pm" edge="1" parent="1" source="bu_head" style="edgeStyle=orthogonalEdgeStyle;rounded=1;html=1;exitX=1;exitY=0.35;entryX=0.5;entryY=0;strokeColor=#0076a8;strokeWidth=2;dashed=1;dashPattern=6 4;endArrow=open;endSize=8;" target="pm_team_box" />
        <mxCell id="line_bu_sales" edge="1" parent="1" source="bu_head" style="edgeStyle=orthogonalEdgeStyle;rounded=1;html=1;exitX=1;exitY=0.5;entryX=0.5;entryY=0;strokeColor=#0076a8;strokeWidth=2;dashed=1;dashPattern=6 4;endArrow=open;endSize=8;" target="sales_box" />
        <mxCell id="line_bu_ps" edge="1" parent="1" source="bu_head" style="edgeStyle=orthogonalEdgeStyle;rounded=1;html=1;exitX=1;exitY=0.65;entryX=0.5;entryY=0;strokeColor=#0076a8;strokeWidth=2;dashed=1;dashPattern=6 4;endArrow=open;endSize=8;" target="ps_team_box" />
        <mxCell id="legend_box" parent="1" style="rounded=1;whiteSpace=wrap;html=1;fillColor=#1a1a2e;strokeColor=#1a1a2e;arcSize=6;shadow=1;" value="" vertex="1">
          <mxGeometry height="300" width="560" x="80" y="710" as="geometry" />
        </mxCell>
        <mxCell id="legend_title" parent="1" style="text;html=1;align=left;verticalAlign=top;resizable=0;points=[];strokeColor=none;fillColor=none;fontSize=14;fontStyle=1;fontColor=#ffffff;" value="&lt;b style=&quot;color:#ffffff;font-size:15px;&quot;&gt;CORE vs GENERAL · COLOUR LEGEND&lt;/b&gt;&lt;br&gt;&lt;font style=&quot;color:#9aa4b2;font-size:10px;&quot;&gt;Solid box = cyber-core in practice  ·  Dashed box = general (dotted line to cyber)&lt;/font&gt;" vertex="1">
          <mxGeometry height="40" width="520" x="100" y="724" as="geometry" />
        </mxCell>
        <mxCell id="leg1" parent="1" style="rounded=1;whiteSpace=wrap;html=1;fillColor=#0076a8;strokeColor=none;" value="" vertex="1">
          <mxGeometry height="18" width="28" x="100" y="780" as="geometry" />
        </mxCell>
-         <mxCell id="leg1_text" parent="1" style="text;html=1;align=left;verticalAlign=middle;resizable=0;points=[];strokeColor=none;fillColor=none;fontSize=11;fontColor=#ffffff;" value="BU Head / Leadership" vertex="1">
+         <mxCell id="leg1_text" parent="1" style="text;html=1;align=left;verticalAlign=middle;resizable=0;points=[];strokeColor=none;fillColor=none;fontSize=11;fontColor=#ffffff;" value="Head of Cybersecurity BU (Faurani)" vertex="1">
          <mxGeometry height="26" width="200" x="138" y="776" as="geometry" />
        </mxCell>
        <mxCell id="leg2" parent="1" style="rounded=1;whiteSpace=wrap;html=1;fillColor=#2d3436;strokeColor=#5a6470;" value="" vertex="1">
          <mxGeometry height="18" width="28" x="100" y="816" as="geometry" />
        </mxCell>
-         <mxCell id="leg2_text" parent="1" style="text;html=1;align=left;verticalAlign=middle;resizable=0;points=[];strokeColor=none;fillColor=none;fontSize=11;fontColor=#ffffff;" value="Head of Cybersecurity Practice" vertex="1">
+         <mxCell id="leg2_text" parent="1" style="text;html=1;align=left;verticalAlign=middle;resizable=0;points=[];strokeColor=none;fillColor=none;fontSize=11;fontColor=#ffffff;" value="Principal Cybersecurity Architect" vertex="1">
          <mxGeometry height="26" width="220" x="138" y="812" as="geometry" />
        </mxCell>
        <mxCell id="leg3" parent="1" style="rounded=1;whiteSpace=wrap;html=1;fillColor=#6c5ce7;strokeColor=none;" value="" vertex="1">
          <mxGeometry height="18" width="28" x="100" y="852" as="geometry" />
        </mxCell>
        <mxCell id="leg3_text" parent="1" style="text;html=1;align=left;verticalAlign=middle;resizable=0;points=[];strokeColor=none;fillColor=none;fontSize=11;fontColor=#ffffff;" value="Principal Architect (general) / CTI" vertex="1">
          <mxGeometry height="26" width="220" x="138" y="848" as="geometry" />
        </mxCell>
        <mxCell id="leg4" parent="1" style="rounded=1;whiteSpace=wrap;html=1;fillColor=#ffffff;strokeColor=#1a1a2e;strokeWidth=2;" value="" vertex="1">
          <mxGeometry height="18" width="28" x="100" y="888" as="geometry" />
        </mxCell>
        <mxCell id="leg4_text" parent="1" style="text;html=1;align=left;verticalAlign=middle;resizable=0;points=[];strokeColor=none;fillColor=none;fontSize=11;fontColor=#ffffff;" value="Cyber-core: OffSec · CTI · GRC · Gov Sec" vertex="1">
          <mxGeometry height="26" width="240" x="138" y="884" as="geometry" />
        </mxCell>
        <mxCell id="leg5" parent="1" style="rounded=1;whiteSpace=wrap;html=1;fillColor=#d63031;strokeColor=none;" value="" vertex="1">
          <mxGeometry height="18" width="28" x="370" y="780" as="geometry" />
        </mxCell>
        <mxCell id="leg5_text" parent="1" style="text;html=1;align=left;verticalAlign=middle;resizable=0;points=[];strokeColor=none;fillColor=none;fontSize=11;fontColor=#ffffff;" value="OffSec (cyber-core)" vertex="1">
          <mxGeometry height="26" width="220" x="408" y="776" as="geometry" />
        </mxCell>
        <mxCell id="leg6" parent="1" style="rounded=1;whiteSpace=wrap;html=1;fillColor=#00b894;strokeColor=#00b894;strokeWidth=2;dashed=1;dashPattern=4 3;" value="" vertex="1">
          <mxGeometry height="18" width="28" x="370" y="816" as="geometry" />
        </mxCell>
        <mxCell id="leg6_text" parent="1" style="text;html=1;align=left;verticalAlign=middle;resizable=0;points=[];strokeColor=none;fillColor=none;fontSize=11;fontColor=#ffffff;" value="General: DevSecOps · Product/PM · Blockchain" vertex="1">
          <mxGeometry height="26" width="250" x="408" y="812" as="geometry" />
        </mxCell>
        <mxCell id="leg7" parent="1" style="rounded=1;whiteSpace=wrap;html=1;fillColor=#fd79a8;strokeColor=#e84393;strokeWidth=2;dashed=1;dashPattern=4 3;" value="" vertex="1">
          <mxGeometry height="18" width="28" x="370" y="852" as="geometry" />
        </mxCell>
        <mxCell id="leg7_text" parent="1" style="text;html=1;align=left;verticalAlign=middle;resizable=0;points=[];strokeColor=none;fillColor=none;fontSize=11;fontColor=#ffffff;" value="General: Sales · Solutions / Presales" vertex="1">
          <mxGeometry height="26" width="240" x="408" y="848" as="geometry" />
        </mxCell>
        <mxCell id="leg8" parent="1" style="rounded=1;whiteSpace=wrap;html=1;fillColor=#fdcb6e;strokeColor=#e1a800;strokeWidth=2;dashed=1;dashPattern=4 3;" value="" vertex="1">
          <mxGeometry height="18" width="28" x="370" y="888" as="geometry" />
        </mxCell>
        <mxCell id="leg8_text" parent="1" style="text;html=1;align=left;verticalAlign=middle;resizable=0;points=[];strokeColor=none;fillColor=none;fontSize=11;fontColor=#ffffff;" value="General: Professional Services" vertex="1">
          <mxGeometry height="26" width="240" x="408" y="884" as="geometry" />
        </mxCell>
        <mxCell id="matrix_note" parent="1" style="text;html=1;align=left;verticalAlign=middle;resizable=0;points=[];strokeColor=none;fillColor=none;fontSize=10;fontStyle=2;" value="&lt;font color=&quot;#9aa4b2&quot;&gt;┄┄┄  dotted connector = general role with dotted line to the Cybersecurity practice (compartmentalised; spinoff by secondment)&lt;/font&gt;" vertex="1">
          <mxGeometry height="22" width="520" x="100" y="958" as="geometry" />
        </mxCell>
        <mxCell id="wave_box" parent="1" style="rounded=1;whiteSpace=wrap;html=1;fillColor=#1a1a2e;strokeColor=#1a1a2e;arcSize=6;shadow=1;" value="" vertex="1">
          <mxGeometry height="200" width="620" x="680" y="710" as="geometry" />
        </mxCell>
        <mxCell id="wave_title" parent="1" style="text;html=1;align=left;verticalAlign=top;resizable=0;points=[];strokeColor=none;fillColor=none;fontSize=14;fontStyle=1;fontColor=#ffffff;" value="&lt;b style=&quot;color:#ffffff;font-size:15px;&quot;&gt;HIRING WAVES (8-5-7)&lt;/b&gt;&lt;br&gt;&lt;font style=&quot;color:#9aa4b2;font-size:10px;&quot;&gt;shown as node border colour · base RM/yr&lt;/font&gt;" vertex="1">
          <mxGeometry height="40" width="580" x="700" y="724" as="geometry" />
        </mxCell>
        <mxCell id="wave_leg1" parent="1" style="rounded=1;whiteSpace=wrap;html=1;fillColor=#ffffff;strokeColor=#00b894;strokeWidth=4;" value="" vertex="1">
          <mxGeometry height="22" width="30" x="700" y="784" as="geometry" />
        </mxCell>
        <mxCell id="wave_leg1_text" parent="1" style="text;html=1;align=left;verticalAlign=middle;resizable=0;points=[];strokeColor=none;fillColor=none;fontSize=11;fontColor=#ffffff;" value="&lt;b&gt;Wave 1&lt;/b&gt; — Board approval · 8 roles · RM954K–1.29M/yr" vertex="1">
          <mxGeometry height="28" width="540" x="744" y="780" as="geometry" />
        </mxCell>
        <mxCell id="wave_leg2" parent="1" style="rounded=1;whiteSpace=wrap;html=1;fillColor=#ffffff;strokeColor=#0984e3;strokeWidth=4;" value="" vertex="1">
          <mxGeometry height="22" width="30" x="700" y="824" as="geometry" />
        </mxCell>
-         <mxCell id="wave_leg2_text" parent="1" style="text;html=1;align=left;verticalAlign=middle;resizable=0;points=[];strokeColor=none;fillColor=none;fontSize=11;fontColor=#ffffff;" value="&lt;b&gt;Wave 2&lt;/b&gt; — RM4M+ SOWs · 5 roles · RM834K–1.05M/yr" vertex="1">
+         <mxCell id="wave_leg2_text" parent="1" style="text;html=1;align=left;verticalAlign=middle;resizable=0;points=[];strokeColor=none;fillColor=none;fontSize=11;fontColor=#ffffff;" value="&lt;b&gt;Wave 2&lt;/b&gt; — RM4M+ SOWs · 5 roles · RM690K–930K/yr" vertex="1">
          <mxGeometry height="28" width="540" x="744" y="820" as="geometry" />
        </mxCell>
        <mxCell id="wave_leg3" parent="1" style="rounded=1;whiteSpace=wrap;html=1;fillColor=#ffffff;strokeColor=#d63031;strokeWidth=4;" value="" vertex="1">
          <mxGeometry height="22" width="30" x="700" y="864" as="geometry" />
        </mxCell>
        <mxCell id="wave_leg3_text" parent="1" style="text;html=1;align=left;verticalAlign=middle;resizable=0;points=[];strokeColor=none;fillColor=none;fontSize=11;fontColor=#ffffff;" value="&lt;b&gt;Wave 3&lt;/b&gt; — RM8M+ Recurring · 7 roles · RM474K–738K/yr" vertex="1">
          <mxGeometry height="28" width="540" x="744" y="860" as="geometry" />
        </mxCell>
        <mxCell id="fin_box" parent="1" style="rounded=1;whiteSpace=wrap;html=1;fillColor=#0076a8;strokeColor=#00557a;arcSize=6;shadow=1;" value="" vertex="1">
          <mxGeometry height="72" width="2130" x="80" y="1040" as="geometry" />
        </mxCell>
-         <mxCell id="fin_text" parent="1" style="text;html=1;align=center;verticalAlign=middle;resizable=0;points=[];strokeColor=none;fillColor=none;fontSize=12;" value="&lt;font color=&quot;#ffffff&quot; style=&quot;font-size:13px;&quot;&gt;&lt;b&gt;FINANCIAL SUMMARY&lt;/b&gt;   │   Total: &lt;b&gt;RM2.26M–3.07M&lt;/b&gt; (18.9%–25.6% of RM12M)   │   within 25% cap (top of band 25.6%)   │   36-mo: &lt;b&gt;RM5.7M–7.7M&lt;/b&gt;&lt;/font&gt;" vertex="1">
+         <mxCell id="fin_text" parent="1" style="text;html=1;align=center;verticalAlign=middle;resizable=0;points=[];strokeColor=none;fillColor=none;fontSize=12;" value="&lt;font color=&quot;#ffffff&quot; style=&quot;font-size:13px;&quot;&gt;&lt;b&gt;FINANCIAL SUMMARY&lt;/b&gt;   │   Total: &lt;b&gt;RM2.12M–2.96M&lt;/b&gt; (17.7%–24.6% of RM12M)   │   within 25% cap   │   36-mo: &lt;b&gt;RM5.36M–7.44M&lt;/b&gt;&lt;/font&gt;" vertex="1">
          <mxGeometry height="48" width="2090" x="100" y="1052" as="geometry" />
        </mxCell>
        <mxCell id="Z_cIRzkNHb6JCueCwrIl-14" edge="1" parent="1" source="bu_head" style="edgeStyle=orthogonalEdgeStyle;rounded=0;orthogonalLoop=1;jettySize=auto;html=1;entryX=0.553;entryY=0;entryDx=0;entryDy=0;entryPerimeter=0;" target="sales_box">
          <mxGeometry relative="1" as="geometry" />
        </mxCell>
      </root>
    </mxGraphModel>
  </diagram>
</mxfile>
